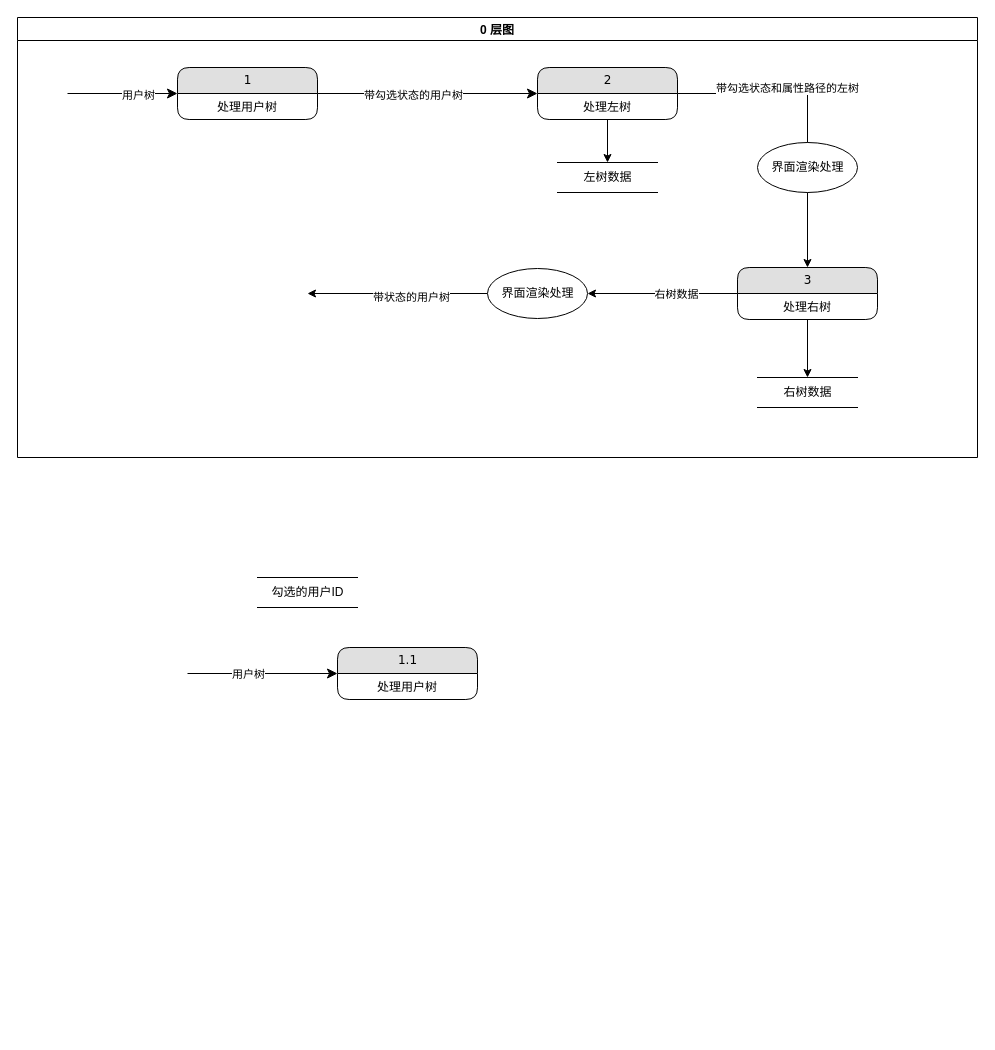
Before: page "数据流图" (3 of 3) of 树穿梭框组件设计.drawio in zhuoooo/doodles, a draw.io diagram. Source tidied: cells renumbered, new cells numbered last; positions are measured from the earlier drawing's top-left corner, leaving out a move shared by most shapes. Both pictures are drawn from the tidied source at 100%, with x=0, y=0 at pixel (17, 17).
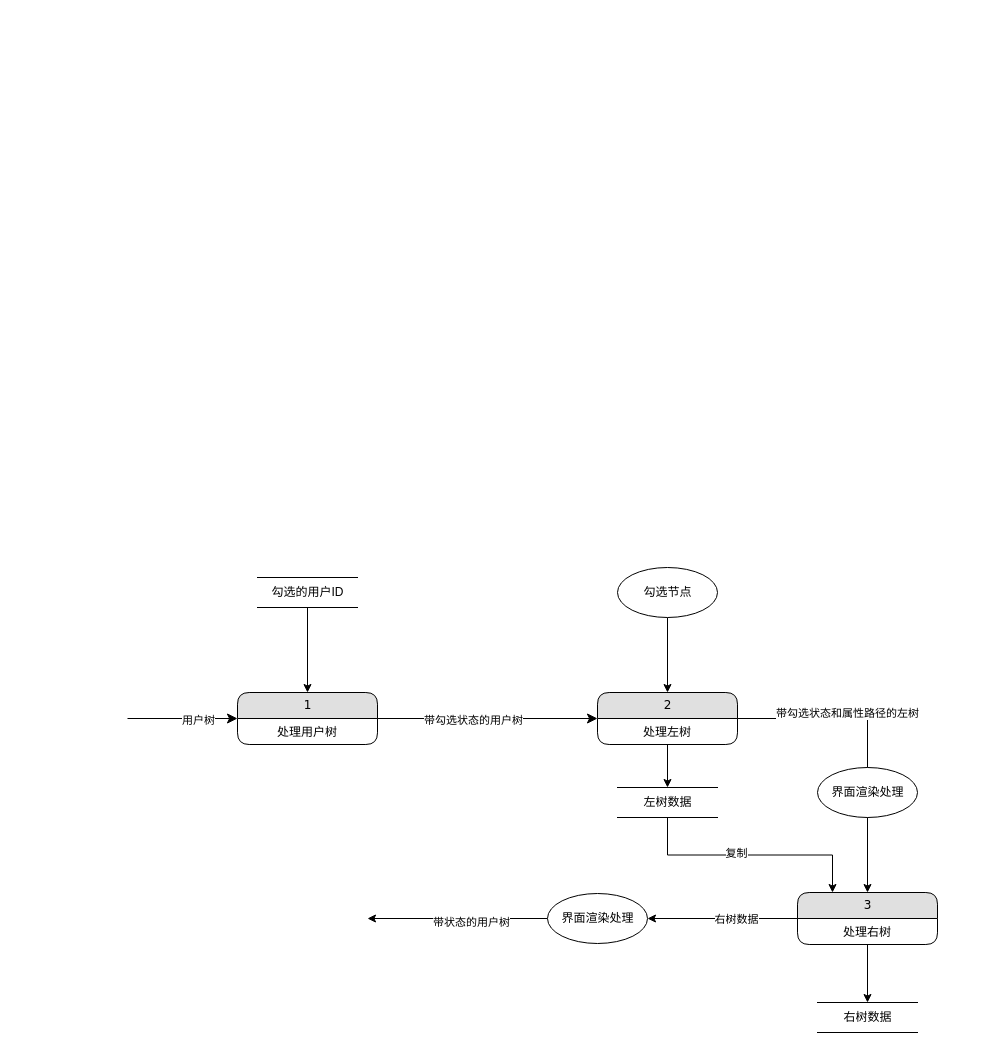
Above is the later version.

What changed in the source:
```diff
@@
-    <mxCell id="2" style="edgeStyle=none;html=1;labelBackgroundColor=none;startFill=0;startSize=8;endFill=1;endSize=8;fontFamily=Verdana;fontSize=12;rounded=0;" parent="1" edge="1" target="4">
-      <mxGeometry relative="1" as="geometry">
-        <mxPoint x="170" y="656" as="sourcePoint" />
-      </mxGeometry>
-    </mxCell>
-    <mxCell id="3" value="用户树" style="edgeLabel;html=1;align=center;verticalAlign=middle;" parent="2" vertex="1">
-      <mxGeometry x="0.28" y="-1" relative="1" as="geometry">
-        <mxPoint x="-36" y="-1" as="offset" />
-      </mxGeometry>
-    </mxCell>
-    <mxCell id="4" value="1.1" style="swimlane;html=1;fontStyle=0;horizontal=1;startSize=26;fillColor=#e0e0e0;swimlaneFillColor=#ffffff;align=center;rounded=1;shadow=0;comic=0;labelBackgroundColor=none;strokeWidth=1;fontFamily=Verdana;fontSize=12;" parent="1" vertex="1">
-      <mxGeometry x="320" y="630" width="140" height="52" as="geometry" />
-    </mxCell>
-    <mxCell id="5" value="处理用户树" style="text;html=1;strokeColor=none;fillColor=none;spacingLeft=4;spacingRight=4;whiteSpace=wrap;overflow=hidden;align=center;" parent="4" vertex="1">
-      <mxGeometry y="26" width="140" height="26" as="geometry" />
-    </mxCell>
-    <mxCell id="6" value="0 层图" style="swimlane;" parent="1" vertex="1">
-      <mxGeometry width="960" height="440" as="geometry" />
-    </mxCell>
-    <mxCell id="7" style="edgeStyle=none;html=1;labelBackgroundColor=none;startFill=0;startSize=8;endFill=1;endSize=8;fontFamily=Verdana;fontSize=12;rounded=0;" parent="6" edge="1" target="9">
-      <mxGeometry relative="1" as="geometry">
-        <mxPoint x="50" y="76" as="sourcePoint" />
-      </mxGeometry>
-    </mxCell>
-    <mxCell id="8" value="用户树" style="edgeLabel;html=1;align=center;verticalAlign=middle;" parent="7" vertex="1">
-      <mxGeometry x="0.28" y="-1" relative="1" as="geometry" />
-    </mxCell>
+    <mxCell id="31" style="edgeStyle=orthogonalEdgeStyle;rounded=0;jettySize=auto;html=1;" parent="1" edge="1" source="30" target="9">
+      <mxGeometry relative="1" as="geometry" />
+    </mxCell>
+    <mxCell id="30" value="勾选的用户ID" style="html=1;dashed=0;whitespace=wrap;shape=partialRectangle;right=0;left=0;" parent="1" vertex="1">
+      <mxGeometry x="240" y="560" width="100" height="30" as="geometry" />
+    </mxCell>
+    <mxCell id="32" style="edgeStyle=none;html=1;labelBackgroundColor=none;startFill=0;startSize=8;endFill=1;endSize=8;fontFamily=Verdana;fontSize=12;rounded=0;" parent="1" edge="1" target="9">
+      <mxGeometry relative="1" as="geometry">
+        <mxPoint x="110" y="701" as="sourcePoint" />
+      </mxGeometry>
+    </mxCell>
+    <mxCell id="33" value="用户树" style="edgeLabel;html=1;align=center;verticalAlign=middle;" parent="32" vertex="1">
+      <mxGeometry x="0.28" y="-1" relative="1" as="geometry" />
+    </mxCell>
-    <mxCell id="9" value="1" style="swimlane;html=1;fontStyle=0;horizontal=1;startSize=26;fillColor=#e0e0e0;swimlaneFillColor=#ffffff;align=center;rounded=1;shadow=0;comic=0;labelBackgroundColor=none;strokeWidth=1;fontFamily=Verdana;fontSize=12;" parent="6" vertex="1">
-      <mxGeometry x="160" y="50" width="140" height="52" as="geometry" />
+    <mxCell id="9" value="1" style="swimlane;html=1;fontStyle=0;horizontal=1;startSize=26;fillColor=#e0e0e0;swimlaneFillColor=#ffffff;align=center;rounded=1;shadow=0;comic=0;labelBackgroundColor=none;strokeWidth=1;fontFamily=Verdana;fontSize=12;" parent="1" vertex="1">
+      <mxGeometry x="220" y="675" width="140" height="52" as="geometry" />
     </mxCell>
-    <mxCell id="10" value="处理用户树" style="text;html=1;strokeColor=none;fillColor=none;spacingLeft=4;spacingRight=4;whiteSpace=wrap;overflow=hidden;align=center;" parent="9" vertex="1">
-      <mxGeometry y="26" width="140" height="26" as="geometry" />
-    </mxCell>
+    <mxCell id="34" value="处理用户树" style="text;html=1;strokeColor=none;fillColor=none;spacingLeft=4;spacingRight=4;whiteSpace=wrap;overflow=hidden;align=center;" parent="9" vertex="1">
+      <mxGeometry y="26" width="140" height="26" as="geometry" />
+    </mxCell>
-    <mxCell id="11" value="2" style="swimlane;html=1;fontStyle=0;horizontal=1;startSize=26;fillColor=#e0e0e0;swimlaneFillColor=#ffffff;align=center;rounded=1;shadow=0;comic=0;labelBackgroundColor=none;strokeWidth=1;fontFamily=Verdana;fontSize=12;" parent="6" vertex="1">
-      <mxGeometry x="520" y="50" width="140" height="52" as="geometry" />
+    <mxCell id="11" value="2" style="swimlane;html=1;fontStyle=0;horizontal=1;startSize=26;fillColor=#e0e0e0;swimlaneFillColor=#ffffff;align=center;rounded=1;shadow=0;comic=0;labelBackgroundColor=none;strokeWidth=1;fontFamily=Verdana;fontSize=12;" parent="1" vertex="1">
+      <mxGeometry x="580" y="675" width="140" height="52" as="geometry" />
     </mxCell>
@@
-    <mxCell id="13" style="edgeStyle=none;html=1;labelBackgroundColor=none;startFill=0;startSize=8;endFill=1;endSize=8;fontFamily=Verdana;fontSize=12;rounded=0;" parent="6" edge="1" source="9" target="11">
+    <mxCell id="13" style="edgeStyle=none;html=1;labelBackgroundColor=none;startFill=0;startSize=8;endFill=1;endSize=8;fontFamily=Verdana;fontSize=12;rounded=0;" parent="1" edge="1" source="9" target="11">
       <mxGeometry relative="1" as="geometry" />
     </mxCell>
@@
-    <mxCell id="15" value="3" style="swimlane;html=1;fontStyle=0;horizontal=1;startSize=26;fillColor=#e0e0e0;swimlaneFillColor=#ffffff;align=center;rounded=1;shadow=0;comic=0;labelBackgroundColor=none;strokeWidth=1;fontFamily=Verdana;fontSize=12;" parent="6" vertex="1">
-      <mxGeometry x="720" y="250" width="140" height="52" as="geometry" />
+    <mxCell id="15" value="3" style="swimlane;html=1;fontStyle=0;horizontal=1;startSize=26;fillColor=#e0e0e0;swimlaneFillColor=#ffffff;align=center;rounded=1;shadow=0;comic=0;labelBackgroundColor=none;strokeWidth=1;fontFamily=Verdana;fontSize=12;" parent="1" vertex="1">
+      <mxGeometry x="780" y="875" width="140" height="52" as="geometry" />
     </mxCell>
@@
-    <mxCell id="17" value="&lt;span&gt;界面渲染处理&lt;/span&gt;" style="shape=ellipse;html=1;dashed=0;whitespace=wrap;perimeter=ellipsePerimeter;" parent="6" vertex="1">
-      <mxGeometry x="740" y="125" width="100" height="50" as="geometry" />
+    <mxCell id="17" value="&lt;span&gt;界面渲染处理&lt;/span&gt;" style="shape=ellipse;html=1;dashed=0;whitespace=wrap;perimeter=ellipsePerimeter;" parent="1" vertex="1">
+      <mxGeometry x="800" y="750" width="100" height="50" as="geometry" />
     </mxCell>
-    <mxCell id="18" style="edgeStyle=orthogonalEdgeStyle;rounded=0;jettySize=auto;html=1;startArrow=none;" parent="6" edge="1" source="17" target="15">
+    <mxCell id="18" style="edgeStyle=orthogonalEdgeStyle;rounded=0;jettySize=auto;html=1;startArrow=none;" parent="1" edge="1" source="17" target="15">
       <mxGeometry relative="1" as="geometry" />
     </mxCell>
-    <mxCell id="19" style="edgeStyle=orthogonalEdgeStyle;rounded=0;jettySize=auto;html=1;endArrow=none;" parent="6" edge="1" source="11" target="17">
+    <mxCell id="19" style="edgeStyle=orthogonalEdgeStyle;rounded=0;jettySize=auto;html=1;endArrow=none;" parent="1" edge="1" source="11" target="17">
       <mxGeometry relative="1" as="geometry" />
     </mxCell>
@@
-    <mxCell id="21" style="edgeStyle=orthogonalEdgeStyle;rounded=0;jettySize=auto;html=1;exitX=0;exitY=0.5;exitDx=0;exitDy=0;" parent="6" edge="1" source="23">
-      <mxGeometry relative="1" as="geometry">
-        <mxPoint x="290" y="276" as="targetPoint" />
-      </mxGeometry>
-    </mxCell>
+    <mxCell id="35" style="edgeStyle=orthogonalEdgeStyle;rounded=0;jettySize=auto;html=1;exitX=0;exitY=0.5;exitDx=0;exitDy=0;" parent="1" edge="1" source="23">
+      <mxGeometry relative="1" as="geometry">
+        <mxPoint x="350" y="901" as="targetPoint" />
+      </mxGeometry>
+    </mxCell>
-    <mxCell id="22" value="带状态的用户树" style="edgeLabel;html=1;align=center;verticalAlign=middle;" parent="21" vertex="1">
+    <mxCell id="22" value="带状态的用户树" style="edgeLabel;html=1;align=center;verticalAlign=middle;" parent="35" vertex="1">
       <mxGeometry x="-0.15" y="3" relative="1" as="geometry" />
     </mxCell>
-    <mxCell id="23" value="界面渲染处理" style="shape=ellipse;html=1;dashed=0;whitespace=wrap;perimeter=ellipsePerimeter;" parent="6" vertex="1">
-      <mxGeometry x="470" y="251" width="100" height="50" as="geometry" />
+    <mxCell id="23" value="界面渲染处理" style="shape=ellipse;html=1;dashed=0;whitespace=wrap;perimeter=ellipsePerimeter;" parent="1" vertex="1">
+      <mxGeometry x="530" y="876" width="100" height="50" as="geometry" />
     </mxCell>
-    <mxCell id="24" style="edgeStyle=orthogonalEdgeStyle;rounded=0;jettySize=auto;html=1;" parent="6" edge="1" source="15" target="23">
+    <mxCell id="24" style="edgeStyle=orthogonalEdgeStyle;rounded=0;jettySize=auto;html=1;" parent="1" edge="1" source="15" target="23">
       <mxGeometry relative="1" as="geometry" />
     </mxCell>
@@
+    <mxCell id="36" style="edgeStyle=orthogonalEdgeStyle;rounded=0;jettySize=auto;html=1;exitX=0.5;exitY=1;exitDx=0;exitDy=0;entryX=0.25;entryY=0;entryDx=0;entryDy=0;" parent="1" edge="1" source="26" target="15">
+      <mxGeometry relative="1" as="geometry" />
+    </mxCell>
+    <mxCell id="37" value="复制" style="edgeLabel;html=1;align=center;verticalAlign=middle;" parent="36" vertex="1">
+      <mxGeometry x="-0.12" y="3" relative="1" as="geometry">
+        <mxPoint y="1" as="offset" />
+      </mxGeometry>
+    </mxCell>
-    <mxCell id="26" value="左树数据" style="html=1;dashed=0;whitespace=wrap;shape=partialRectangle;right=0;left=0;" parent="6" vertex="1">
-      <mxGeometry x="540" y="145" width="100" height="30" as="geometry" />
+    <mxCell id="26" value="左树数据" style="html=1;dashed=0;whitespace=wrap;shape=partialRectangle;right=0;left=0;" parent="1" vertex="1">
+      <mxGeometry x="600" y="770" width="100" height="30" as="geometry" />
     </mxCell>
-    <mxCell id="27" style="edgeStyle=orthogonalEdgeStyle;rounded=0;jettySize=auto;html=1;" parent="6" edge="1" source="11" target="26">
+    <mxCell id="27" style="edgeStyle=orthogonalEdgeStyle;rounded=0;jettySize=auto;html=1;" parent="1" edge="1" source="11" target="26">
       <mxGeometry relative="1" as="geometry" />
     </mxCell>
-    <mxCell id="28" value="右树数据" style="html=1;dashed=0;whitespace=wrap;shape=partialRectangle;right=0;left=0;" parent="6" vertex="1">
-      <mxGeometry x="740" y="360" width="100" height="30" as="geometry" />
+    <mxCell id="28" value="右树数据" style="html=1;dashed=0;whitespace=wrap;shape=partialRectangle;right=0;left=0;" parent="1" vertex="1">
+      <mxGeometry x="800" y="985" width="100" height="30" as="geometry" />
     </mxCell>
-    <mxCell id="29" style="edgeStyle=orthogonalEdgeStyle;rounded=0;jettySize=auto;html=1;" parent="6" edge="1" source="15" target="28">
+    <mxCell id="29" style="edgeStyle=orthogonalEdgeStyle;rounded=0;jettySize=auto;html=1;" parent="1" edge="1" source="15" target="28">
       <mxGeometry relative="1" as="geometry" />
     </mxCell>
-    <mxCell id="30" value="勾选的用户ID" style="html=1;dashed=0;whitespace=wrap;shape=partialRectangle;right=0;left=0;" parent="1" vertex="1">
-      <mxGeometry x="240" y="560" width="100" height="30" as="geometry" />
-    </mxCell>
+    <mxCell id="38" style="edgeStyle=orthogonalEdgeStyle;rounded=0;jettySize=auto;html=1;" parent="1" edge="1" source="39" target="11">
+      <mxGeometry relative="1" as="geometry" />
+    </mxCell>
+    <mxCell id="39" value="勾选节点" style="shape=ellipse;html=1;dashed=0;whitespace=wrap;perimeter=ellipsePerimeter;" parent="1" vertex="1">
+      <mxGeometry x="600" y="550" width="100" height="50" as="geometry" />
+    </mxCell>
```
